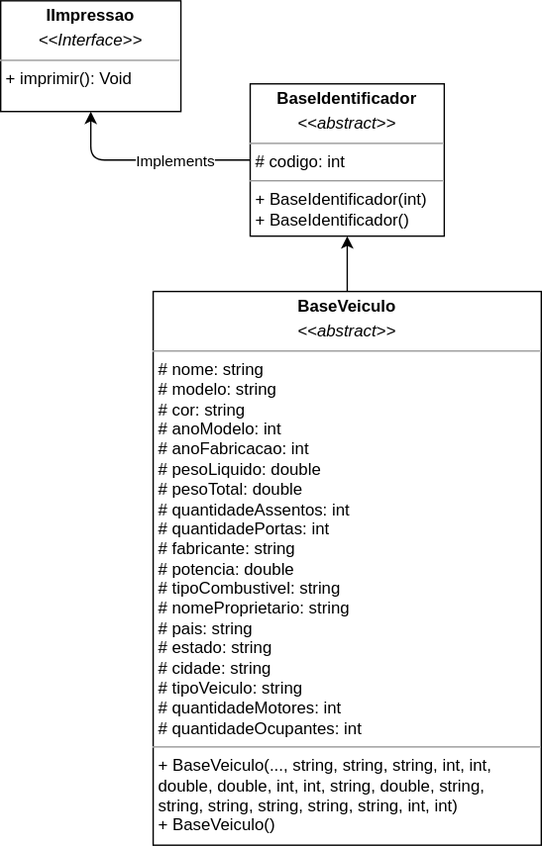
JoseComparotto/loo keeps this draw.io diagram as atividades/atividade05/docs/projeto_veiculos_estagiario.drawio.svg. Above is the earlier version. Source tidied: cells renumbered, new cells last; positions are measured from the earlier drawing's top-left corner, leaving out a move shared by most shapes. Its diagram source:
```xml
<mxGraphModel>
  <root>
    <mxCell id="0" />
    <mxCell id="1" parent="0" />
    <mxCell id="2" value="&lt;p style=&quot;margin:0px;margin-top:4px;text-align:center;&quot;&gt;&lt;b&gt;IImpressao&lt;/b&gt;&lt;/p&gt;&lt;p style=&quot;margin:0px;margin-top:4px;text-align:center;&quot;&gt;&lt;i&gt;&amp;lt;&amp;lt;Interface&amp;gt;&amp;gt;&lt;/i&gt;&lt;/p&gt;&lt;hr size=&quot;1&quot;&gt;&lt;p style=&quot;margin:0px;margin-left:4px;&quot;&gt;+ imprimir(): Void&lt;/p&gt;" style="verticalAlign=top;align=left;overflow=fill;fontSize=12;fontFamily=Helvetica;html=1;" parent="1" vertex="1">
      <mxGeometry width="130" height="80" as="geometry" />
    </mxCell>
    <mxCell id="3" style="edgeStyle=none;html=1;entryX=0.5;entryY=1;entryDx=0;entryDy=0;" parent="1" edge="1" source="5" target="2">
      <mxGeometry relative="1" as="geometry">
        <Array as="points">
          <mxPoint x="65" y="115" />
        </Array>
      </mxGeometry>
    </mxCell>
    <mxCell id="4" value="Implements" style="edgeLabel;html=1;align=center;verticalAlign=middle;" parent="3" vertex="1">
      <mxGeometry x="-0.08" relative="1" as="geometry">
        <mxPoint x="14" as="offset" />
      </mxGeometry>
    </mxCell>
    <mxCell id="5" value="&lt;p style=&quot;margin:0px;margin-top:4px;text-align:center;&quot;&gt;&lt;span style=&quot;background-color: initial;&quot;&gt;&lt;b&gt;BaseIdentificador&lt;/b&gt;&lt;/span&gt;&lt;/p&gt;&lt;p style=&quot;margin:0px;margin-top:4px;text-align:center;&quot;&gt;&lt;i style=&quot;background-color: initial;&quot;&gt;&amp;lt;&amp;lt;abstract&amp;gt;&amp;gt;&lt;/i&gt;&lt;br&gt;&lt;/p&gt;&lt;hr size=&quot;1&quot;&gt;&lt;p style=&quot;margin:0px;margin-left:4px;&quot;&gt;# codigo: int&lt;/p&gt;&lt;hr size=&quot;1&quot;&gt;&lt;p style=&quot;margin:0px;margin-left:4px;&quot;&gt;+ BaseIdentificador(int)&lt;/p&gt;&lt;p style=&quot;margin:0px;margin-left:4px;&quot;&gt;+ BaseIdentificador()&lt;br&gt;&lt;/p&gt;" style="verticalAlign=top;align=left;overflow=fill;fontSize=12;fontFamily=Helvetica;html=1;" parent="1" vertex="1">
      <mxGeometry x="180" y="60" width="140" height="110" as="geometry" />
    </mxCell>
    <mxCell id="6" style="edgeStyle=none;html=1;" parent="1" edge="1" source="7" target="5">
      <mxGeometry relative="1" as="geometry" />
    </mxCell>
    <mxCell id="7" value="&lt;p style=&quot;margin:0px;margin-top:4px;text-align:center;&quot;&gt;&lt;span style=&quot;background-color: initial;&quot;&gt;&lt;b&gt;BaseVeiculo&lt;/b&gt;&lt;/span&gt;&lt;/p&gt;&lt;p style=&quot;margin:0px;margin-top:4px;text-align:center;&quot;&gt;&lt;i style=&quot;background-color: initial;&quot;&gt;&amp;lt;&amp;lt;abstract&amp;gt;&amp;gt;&lt;/i&gt;&lt;br&gt;&lt;/p&gt;&lt;hr size=&quot;1&quot;&gt;&lt;p style=&quot;margin:0px;margin-left:4px;&quot;&gt;# nome: string&lt;/p&gt;&lt;p style=&quot;margin:0px;margin-left:4px;&quot;&gt;# modelo: string&lt;/p&gt;&lt;p style=&quot;margin:0px;margin-left:4px;&quot;&gt;# cor: string&lt;/p&gt;&lt;p style=&quot;margin:0px;margin-left:4px;&quot;&gt;# anoModelo: int&lt;/p&gt;&lt;p style=&quot;margin:0px;margin-left:4px;&quot;&gt;# anoFabricacao: int&lt;/p&gt;&lt;p style=&quot;margin:0px;margin-left:4px;&quot;&gt;# pesoLiquido: double&lt;/p&gt;&lt;p style=&quot;margin:0px;margin-left:4px;&quot;&gt;# pesoTotal: double&lt;/p&gt;&lt;p style=&quot;margin:0px;margin-left:4px;&quot;&gt;# quantidadeAssentos: int&lt;/p&gt;&lt;p style=&quot;margin:0px;margin-left:4px;&quot;&gt;# quantidadePortas: int&lt;/p&gt;&lt;p style=&quot;margin:0px;margin-left:4px;&quot;&gt;# fabricante: string&lt;/p&gt;&lt;p style=&quot;margin:0px;margin-left:4px;&quot;&gt;# potencia: double&lt;/p&gt;&lt;p style=&quot;margin:0px;margin-left:4px;&quot;&gt;# tipoCombustivel: string&lt;/p&gt;&lt;p style=&quot;margin:0px;margin-left:4px;&quot;&gt;# nomeProprietario: string&lt;/p&gt;&lt;p style=&quot;margin:0px;margin-left:4px;&quot;&gt;# pais: string&lt;/p&gt;&lt;p style=&quot;margin:0px;margin-left:4px;&quot;&gt;# estado: string&lt;/p&gt;&lt;p style=&quot;margin:0px;margin-left:4px;&quot;&gt;# cidade: string&lt;/p&gt;&lt;p style=&quot;margin:0px;margin-left:4px;&quot;&gt;# tipoVeiculo: string&lt;/p&gt;&lt;p style=&quot;margin:0px;margin-left:4px;&quot;&gt;# quantidadeMotores: int&lt;/p&gt;&lt;p style=&quot;margin:0px;margin-left:4px;&quot;&gt;# quantidadeOcupantes: int&lt;/p&gt;&lt;hr size=&quot;1&quot;&gt;&lt;p style=&quot;margin:0px;margin-left:4px;&quot;&gt;+&amp;nbsp;&lt;span style=&quot;background-color: initial;&quot;&gt;BaseVeiculo(..., string, string, string, int,&amp;nbsp;&lt;/span&gt;&lt;span style=&quot;background-color: initial;&quot;&gt;int,&lt;/span&gt;&lt;/p&gt;&lt;p style=&quot;margin:0px;margin-left:4px;&quot;&gt;&lt;span style=&quot;background-color: initial;&quot;&gt;&amp;nbsp; &amp;nbsp; &amp;nbsp;double, double, int, int, string,&lt;/span&gt;&lt;span style=&quot;background-color: initial;&quot;&gt;&amp;nbsp;double,&amp;nbsp;&lt;/span&gt;&lt;span style=&quot;background-color: initial;&quot;&gt;string,&lt;/span&gt;&lt;/p&gt;&lt;p style=&quot;margin:0px;margin-left:4px;&quot;&gt;&lt;span style=&quot;background-color: initial;&quot;&gt;&amp;nbsp; &amp;nbsp; &amp;nbsp;string, string, string, string,&lt;/span&gt;&lt;span style=&quot;background-color: initial;&quot;&gt;&amp;nbsp;string, int, int)&lt;/span&gt;&lt;/p&gt;&lt;p style=&quot;margin:0px;margin-left:4px;&quot;&gt;+ BaseVeiculo()&lt;br&gt;&lt;/p&gt;" style="verticalAlign=top;align=left;overflow=fill;fontSize=12;fontFamily=Helvetica;html=1;" parent="1" vertex="1">
      <mxGeometry x="110" y="210" width="280" height="400" as="geometry" />
    </mxCell>
  </root>
</mxGraphModel>
```
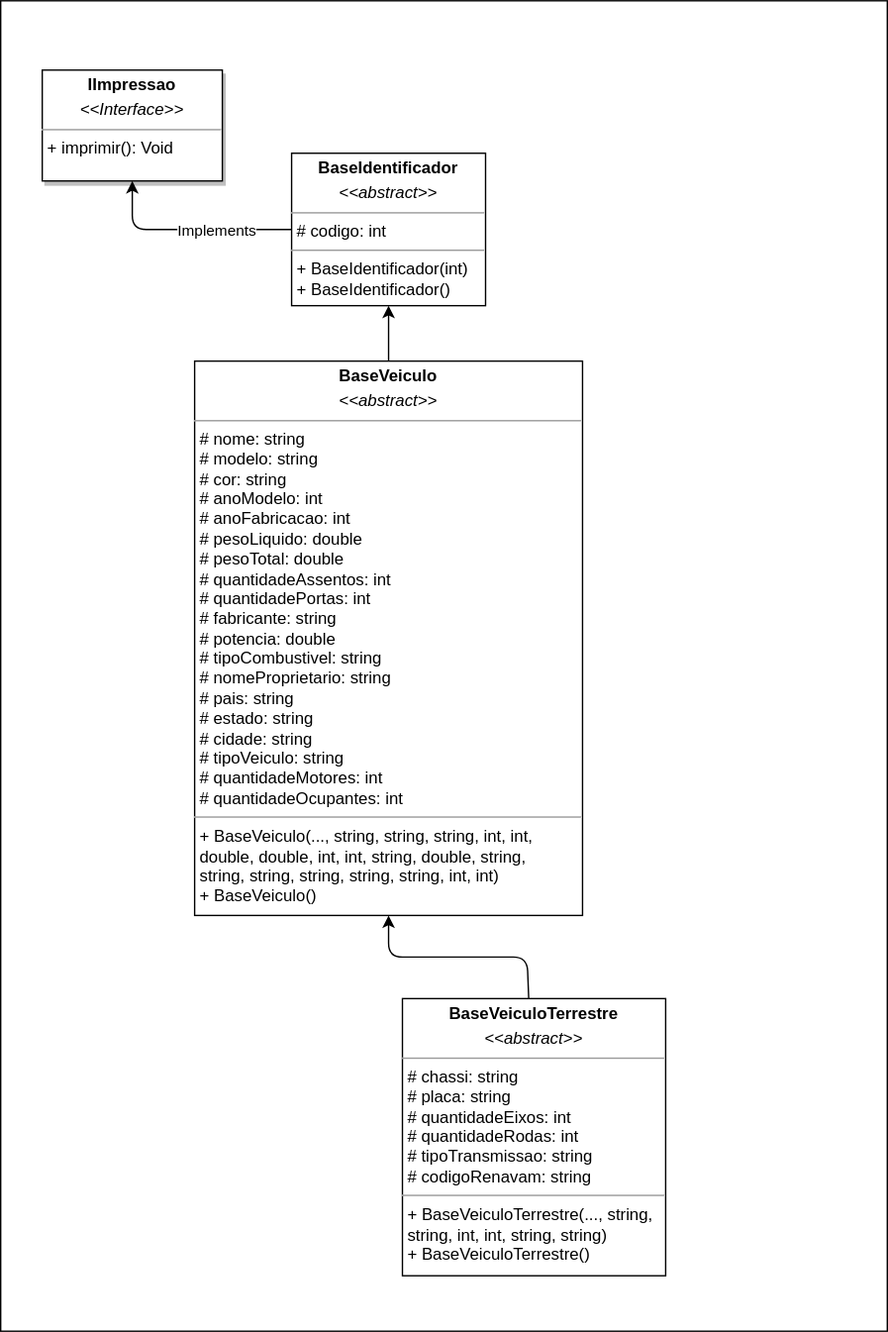
The same diagram one commit later.

The edit, as a diff of the source:
```diff
@@ -2,7 +2,10 @@
   <root>
     <mxCell id="0" />
     <mxCell id="1" parent="0" />
+    <mxCell id="8" style="rounded=0;whiteSpace=wrap;html=1;shadow=0;" parent="1" vertex="1">
+      <mxGeometry x="-30" y="-50" width="640" height="960" as="geometry" />
+    </mxCell>
-    <mxCell id="2" value="&lt;p style=&quot;margin:0px;margin-top:4px;text-align:center;&quot;&gt;&lt;b&gt;IImpressao&lt;/b&gt;&lt;/p&gt;&lt;p style=&quot;margin:0px;margin-top:4px;text-align:center;&quot;&gt;&lt;i&gt;&amp;lt;&amp;lt;Interface&amp;gt;&amp;gt;&lt;/i&gt;&lt;/p&gt;&lt;hr size=&quot;1&quot;&gt;&lt;p style=&quot;margin:0px;margin-left:4px;&quot;&gt;+ imprimir(): Void&lt;/p&gt;" style="verticalAlign=top;align=left;overflow=fill;fontSize=12;fontFamily=Helvetica;html=1;" parent="1" vertex="1">
+    <mxCell id="2" value="&lt;p style=&quot;margin:0px;margin-top:4px;text-align:center;&quot;&gt;&lt;b&gt;IImpressao&lt;/b&gt;&lt;/p&gt;&lt;p style=&quot;margin:0px;margin-top:4px;text-align:center;&quot;&gt;&lt;i&gt;&amp;lt;&amp;lt;Interface&amp;gt;&amp;gt;&lt;/i&gt;&lt;/p&gt;&lt;hr size=&quot;1&quot;&gt;&lt;p style=&quot;margin:0px;margin-left:4px;&quot;&gt;+ imprimir(): Void&lt;/p&gt;" style="verticalAlign=top;align=left;overflow=fill;fontSize=12;fontFamily=Helvetica;html=1;shadow=1;" parent="1" vertex="1">
       <mxGeometry width="130" height="80" as="geometry" />
     </mxCell>
     <mxCell id="3" style="edgeStyle=none;html=1;entryX=0.5;entryY=1;entryDx=0;entryDy=0;" parent="1" edge="1" source="5" target="2">
@@ -26,5 +29,16 @@
     <mxCell id="7" value="&lt;p style=&quot;margin:0px;margin-top:4px;text-align:center;&quot;&gt;&lt;span style=&quot;background-color: initial;&quot;&gt;&lt;b&gt;BaseVeiculo&lt;/b&gt;&lt;/span&gt;&lt;/p&gt;&lt;p style=&quot;margin:0px;margin-top:4px;text-align:center;&quot;&gt;&lt;i style=&quot;background-color: initial;&quot;&gt;&amp;lt;&amp;lt;abstract&amp;gt;&amp;gt;&lt;/i&gt;&lt;br&gt;&lt;/p&gt;&lt;hr size=&quot;1&quot;&gt;&lt;p style=&quot;margin:0px;margin-left:4px;&quot;&gt;# nome: string&lt;/p&gt;&lt;p style=&quot;margin:0px;margin-left:4px;&quot;&gt;# modelo: string&lt;/p&gt;&lt;p style=&quot;margin:0px;margin-left:4px;&quot;&gt;# cor: string&lt;/p&gt;&lt;p style=&quot;margin:0px;margin-left:4px;&quot;&gt;# anoModelo: int&lt;/p&gt;&lt;p style=&quot;margin:0px;margin-left:4px;&quot;&gt;# anoFabricacao: int&lt;/p&gt;&lt;p style=&quot;margin:0px;margin-left:4px;&quot;&gt;# pesoLiquido: double&lt;/p&gt;&lt;p style=&quot;margin:0px;margin-left:4px;&quot;&gt;# pesoTotal: double&lt;/p&gt;&lt;p style=&quot;margin:0px;margin-left:4px;&quot;&gt;# quantidadeAssentos: int&lt;/p&gt;&lt;p style=&quot;margin:0px;margin-left:4px;&quot;&gt;# quantidadePortas: int&lt;/p&gt;&lt;p style=&quot;margin:0px;margin-left:4px;&quot;&gt;# fabricante: string&lt;/p&gt;&lt;p style=&quot;margin:0px;margin-left:4px;&quot;&gt;# potencia: double&lt;/p&gt;&lt;p style=&quot;margin:0px;margin-left:4px;&quot;&gt;# tipoCombustivel: string&lt;/p&gt;&lt;p style=&quot;margin:0px;margin-left:4px;&quot;&gt;# nomeProprietario: string&lt;/p&gt;&lt;p style=&quot;margin:0px;margin-left:4px;&quot;&gt;# pais: string&lt;/p&gt;&lt;p style=&quot;margin:0px;margin-left:4px;&quot;&gt;# estado: string&lt;/p&gt;&lt;p style=&quot;margin:0px;margin-left:4px;&quot;&gt;# cidade: string&lt;/p&gt;&lt;p style=&quot;margin:0px;margin-left:4px;&quot;&gt;# tipoVeiculo: string&lt;/p&gt;&lt;p style=&quot;margin:0px;margin-left:4px;&quot;&gt;# quantidadeMotores: int&lt;/p&gt;&lt;p style=&quot;margin:0px;margin-left:4px;&quot;&gt;# quantidadeOcupantes: int&lt;/p&gt;&lt;hr size=&quot;1&quot;&gt;&lt;p style=&quot;margin:0px;margin-left:4px;&quot;&gt;+&amp;nbsp;&lt;span style=&quot;background-color: initial;&quot;&gt;BaseVeiculo(..., string, string, string, int,&amp;nbsp;&lt;/span&gt;&lt;span style=&quot;background-color: initial;&quot;&gt;int,&lt;/span&gt;&lt;/p&gt;&lt;p style=&quot;margin:0px;margin-left:4px;&quot;&gt;&lt;span style=&quot;background-color: initial;&quot;&gt;&amp;nbsp; &amp;nbsp; &amp;nbsp;double, double, int, int, string,&lt;/span&gt;&lt;span style=&quot;background-color: initial;&quot;&gt;&amp;nbsp;double,&amp;nbsp;&lt;/span&gt;&lt;span style=&quot;background-color: initial;&quot;&gt;string,&lt;/span&gt;&lt;/p&gt;&lt;p style=&quot;margin:0px;margin-left:4px;&quot;&gt;&lt;span style=&quot;background-color: initial;&quot;&gt;&amp;nbsp; &amp;nbsp; &amp;nbsp;string, string, string, string,&lt;/span&gt;&lt;span style=&quot;background-color: initial;&quot;&gt;&amp;nbsp;string, int, int)&lt;/span&gt;&lt;/p&gt;&lt;p style=&quot;margin:0px;margin-left:4px;&quot;&gt;+ BaseVeiculo()&lt;br&gt;&lt;/p&gt;" style="verticalAlign=top;align=left;overflow=fill;fontSize=12;fontFamily=Helvetica;html=1;" parent="1" vertex="1">
       <mxGeometry x="110" y="210" width="280" height="400" as="geometry" />
     </mxCell>
+    <mxCell id="9" style="edgeStyle=none;html=1;entryX=0.5;entryY=1;entryDx=0;entryDy=0;" parent="1" edge="1" source="10" target="7">
+      <mxGeometry relative="1" as="geometry">
+        <Array as="points">
+          <mxPoint x="350" y="640" />
+          <mxPoint x="250" y="640" />
+        </Array>
+      </mxGeometry>
+    </mxCell>
+    <mxCell id="10" value="&lt;p style=&quot;margin:0px;margin-top:4px;text-align:center;&quot;&gt;&lt;span style=&quot;background-color: initial;&quot;&gt;&lt;b&gt;BaseVeiculoTerrestre&lt;/b&gt;&lt;/span&gt;&lt;/p&gt;&lt;p style=&quot;margin:0px;margin-top:4px;text-align:center;&quot;&gt;&lt;i style=&quot;background-color: initial;&quot;&gt;&amp;lt;&amp;lt;abstract&amp;gt;&amp;gt;&lt;/i&gt;&lt;br&gt;&lt;/p&gt;&lt;hr size=&quot;1&quot;&gt;&lt;p style=&quot;margin:0px;margin-left:4px;&quot;&gt;# chassi: string&lt;/p&gt;&lt;p style=&quot;margin:0px;margin-left:4px;&quot;&gt;# placa: string&lt;/p&gt;&lt;p style=&quot;margin:0px;margin-left:4px;&quot;&gt;# quantidadeEixos: int&lt;/p&gt;&lt;p style=&quot;margin:0px;margin-left:4px;&quot;&gt;# quantidadeRodas: int&lt;/p&gt;&lt;p style=&quot;margin:0px;margin-left:4px;&quot;&gt;# tipoTransmissao: string&lt;/p&gt;&lt;p style=&quot;margin:0px;margin-left:4px;&quot;&gt;# codigoRenavam: string&lt;/p&gt;&lt;hr size=&quot;1&quot;&gt;&lt;p style=&quot;margin:0px;margin-left:4px;&quot;&gt;+&amp;nbsp;&lt;span style=&quot;background-color: initial;&quot;&gt;BaseVeiculoTerrestre(..., string,&amp;nbsp;&lt;/span&gt;&lt;/p&gt;&lt;p style=&quot;margin:0px;margin-left:4px;&quot;&gt;&lt;span style=&quot;background-color: initial;&quot;&gt;&amp;nbsp; &amp;nbsp; &amp;nbsp;string, int, int, string, string)&lt;/span&gt;&lt;/p&gt;&lt;p style=&quot;margin:0px;margin-left:4px;&quot;&gt;&lt;span style=&quot;background-color: initial;&quot;&gt;+ BaseVeiculoTerrestre()&lt;/span&gt;&lt;br&gt;&lt;/p&gt;" style="verticalAlign=top;align=left;overflow=fill;fontSize=12;fontFamily=Helvetica;html=1;" parent="1" vertex="1">
+      <mxGeometry x="260" y="670" width="190" height="200" as="geometry" />
+    </mxCell>
   </root>
 </mxGraphModel>
```
